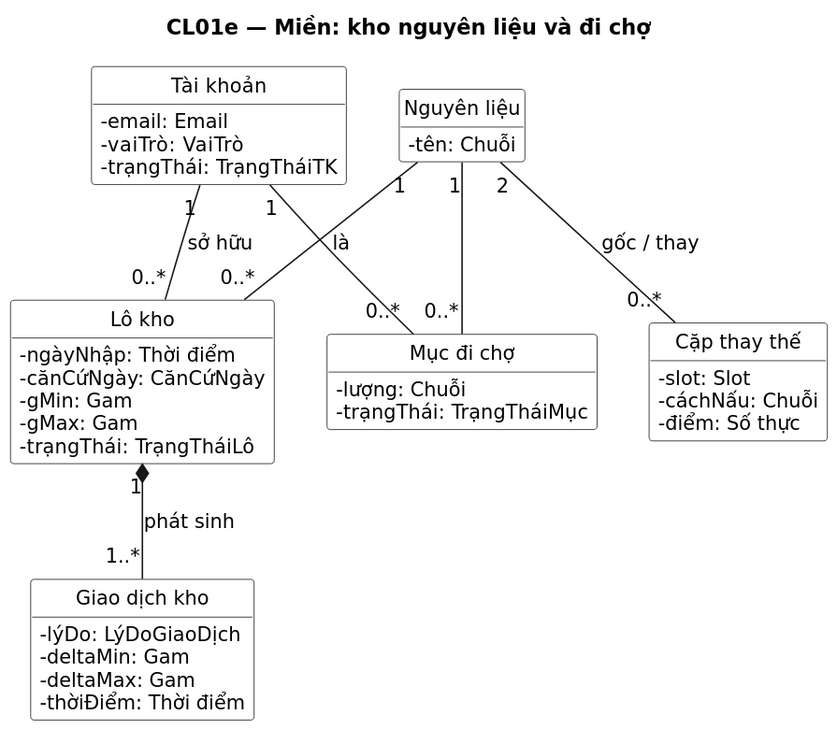
The PlantUML diagram docs/uml/out/class/CL01e-mien-kho.svg in NamBuw/Tastoria, before a commit. Its diagram source:
```plantuml
@startuml
title CL01e — Miền: kho nguyên liệu và đi chợ
skinparam shadowing false
skinparam defaultFontName DejaVu Sans
skinparam defaultFontSize 13
skinparam dpi 110

hide circle
hide empty members
skinparam classAttributeIconSize 0
skinparam ClassBackgroundColor White

class "Tài khoản" as TK {
  -email: Email
  -vaiTrò: VaiTrò
  -trạngThái: TrạngTháiTK
}
class "Nguyên liệu" as NL {
  -tên: Chuỗi
}
class "Lô kho" as LO {
  -ngàyNhập: Thời điểm
  -cănCứNgày: CănCứNgày
  -gMin: Gam
  -gMax: Gam
  -trạngThái: TrạngTháiLô
}
class "Giao dịch kho" as GD {
  -lýDo: LýDoGiaoDịch
  -deltaMin: Gam
  -deltaMax: Gam
  -thờiĐiểm: Thời điểm
}
class "Mục đi chợ" as DC {
  -lượng: Chuỗi
  -trạngThái: TrạngTháiMục
}
class "Cặp thay thế" as CT {
  -slot: Slot
  -cáchNấu: Chuỗi
  -điểm: Số thực
}

TK "1" -- "0..*" LO : sở hữu
NL "1" -- "0..*" LO : là
LO "1" *-- "1..*" GD : phát sinh
TK "1" -- "0..*" DC
NL "1" -- "0..*" DC
NL "2" -- "0..*" CT : gốc / thay
@enduml
```
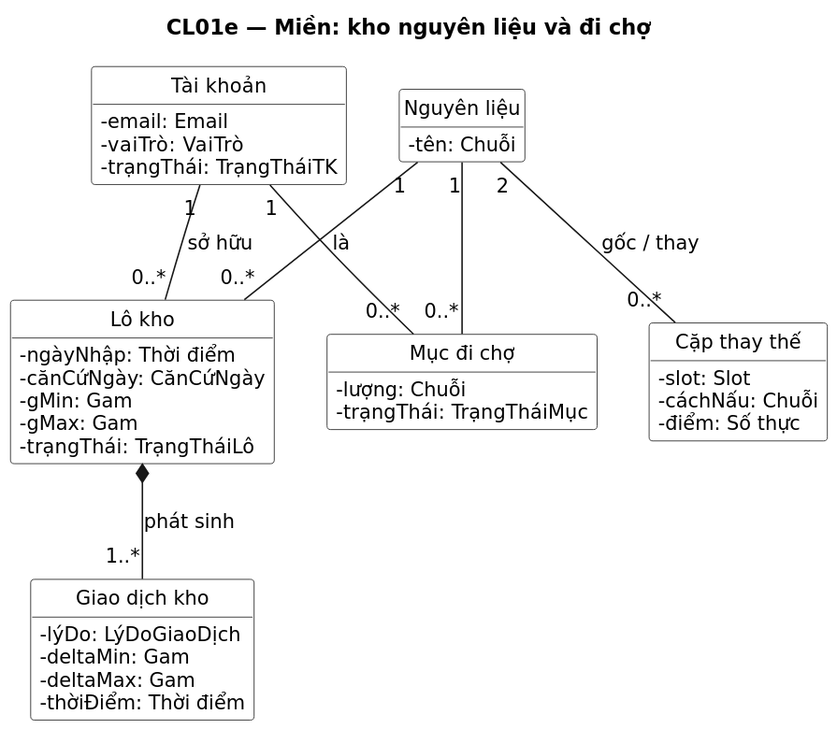
The same diagram one commit later.

The edit, as a diff of the source:
```diff
@@ -43,7 +43,7 @@
 
 TK "1" -- "0..*" LO : sở hữu
 NL "1" -- "0..*" LO : là
-LO "1" *-- "1..*" GD : phát sinh
+LO *-- "1..*" GD : phát sinh
 TK "1" -- "0..*" DC
 NL "1" -- "0..*" DC
 NL "2" -- "0..*" CT : gốc / thay
```
